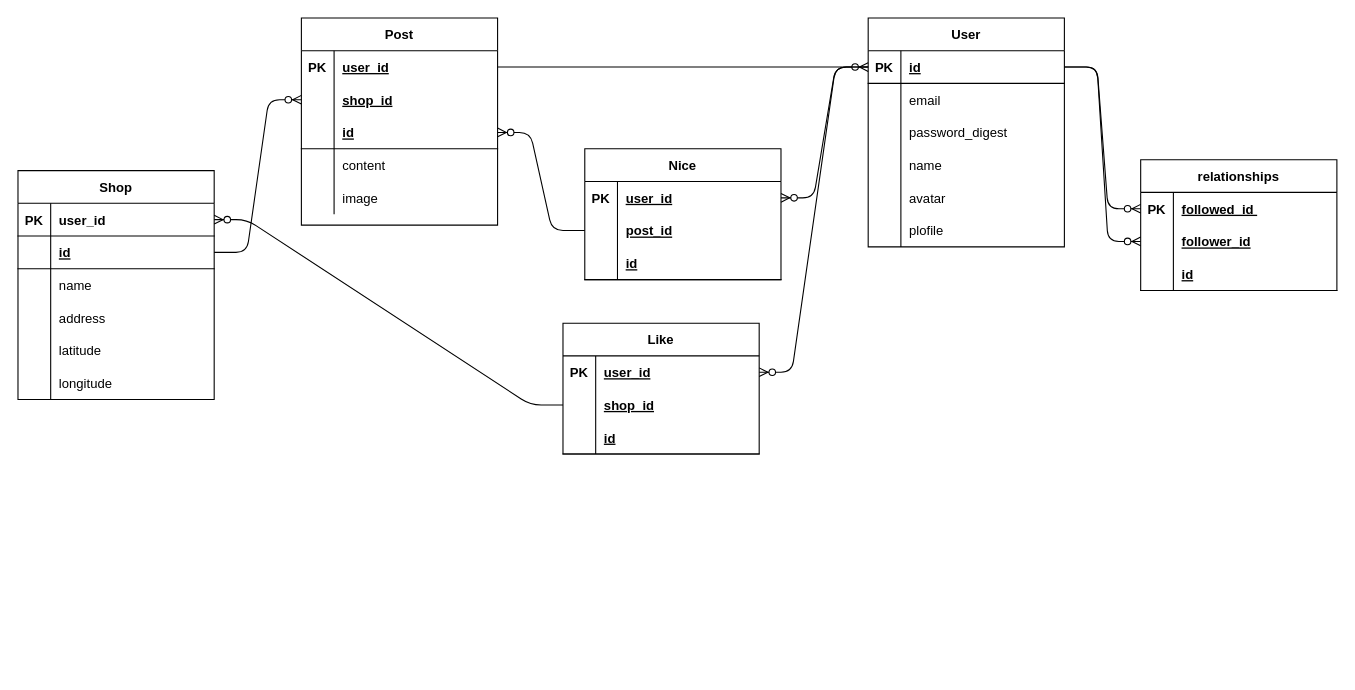
Earlier version of the draw.io diagram ER図.dio (soratanaka/portfolio). Source tidied: cells renumbered, new cells numbered last; positions are measured from the earlier drawing's top-left corner, leaving out a move shared by most shapes. Both pictures are drawn from the tidied source at 109%, with x=0, y=0 at pixel (17, 17).
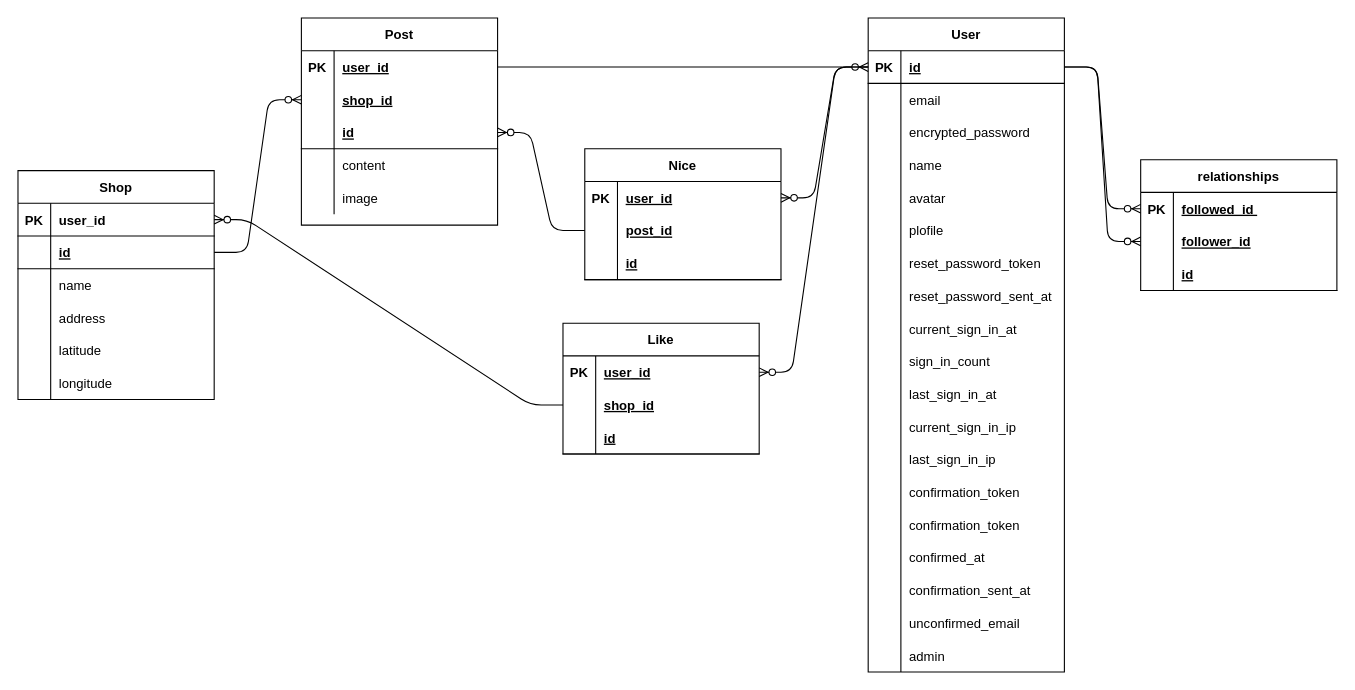
The same page after the edit.

Unchanged cells that the change refers to:
```xml
<mxCell id="9" style="shape=partialRectangle;fillColor=none;top=0;left=0;bottom=0;right=0;" parent="2" vertex="1">
  <mxGeometry y="90" width="180" height="30" as="geometry" />
</mxCell>
```

Diff of the diagram source:
```diff
@@
     <mxCell id="2" value="User" style="shape=table;startSize=30;childLayout=tableLayout;rowLines=0;fontStyle=1;align=center;" parent="1" vertex="1">
-      <mxGeometry x="780" width="180" height="210" as="geometry" />
+      <mxGeometry x="780" width="180" height="600" as="geometry" />
     </mxCell>
@@
-    <mxCell id="11" value="password_digest" style="shape=partialRectangle;fillColor=none;top=0;left=0;bottom=0;right=0;align=left;spacingLeft=6;overflow=hidden;" parent="9" vertex="1">
+    <mxCell id="11" value="encrypted_password" style="shape=partialRectangle;fillColor=none;top=0;left=0;bottom=0;right=0;align=left;spacingLeft=6;overflow=hidden;" parent="9" vertex="1">
       <mxGeometry x="30" width="150" height="30" as="geometry" />
     </mxCell>
@@
+    <mxCell id="97" style="shape=partialRectangle;fillColor=none;top=0;left=0;bottom=0;right=0;" parent="2" vertex="1">
+      <mxGeometry y="210" width="180" height="30" as="geometry" />
+    </mxCell>
+    <mxCell id="98" style="shape=partialRectangle;fillColor=none;top=0;left=0;bottom=0;right=0;overflow=hidden;" parent="97" vertex="1">
+      <mxGeometry width="30" height="30" as="geometry" />
+    </mxCell>
+    <mxCell id="99" value="reset_password_token" style="shape=partialRectangle;fillColor=none;top=0;left=0;bottom=0;right=0;align=left;spacingLeft=6;overflow=hidden;" parent="97" vertex="1">
+      <mxGeometry x="30" width="150" height="30" as="geometry" />
+    </mxCell>
+    <mxCell id="100" style="shape=partialRectangle;fillColor=none;top=0;left=0;bottom=0;right=0;" parent="2" vertex="1">
+      <mxGeometry y="240" width="180" height="30" as="geometry" />
+    </mxCell>
+    <mxCell id="101" style="shape=partialRectangle;fillColor=none;top=0;left=0;bottom=0;right=0;overflow=hidden;" parent="100" vertex="1">
+      <mxGeometry width="30" height="30" as="geometry" />
+    </mxCell>
+    <mxCell id="102" value="reset_password_sent_at" style="shape=partialRectangle;fillColor=none;top=0;left=0;bottom=0;right=0;align=left;spacingLeft=6;overflow=hidden;" parent="100" vertex="1">
+      <mxGeometry x="30" width="150" height="30" as="geometry" />
+    </mxCell>
+    <mxCell id="103" style="shape=partialRectangle;fillColor=none;top=0;left=0;bottom=0;right=0;" parent="2" vertex="1">
+      <mxGeometry y="270" width="180" height="30" as="geometry" />
+    </mxCell>
+    <mxCell id="104" style="shape=partialRectangle;fillColor=none;top=0;left=0;bottom=0;right=0;overflow=hidden;" parent="103" vertex="1">
+      <mxGeometry width="30" height="30" as="geometry" />
+    </mxCell>
+    <mxCell id="105" value="current_sign_in_at" style="shape=partialRectangle;fillColor=none;top=0;left=0;bottom=0;right=0;align=left;spacingLeft=6;overflow=hidden;" parent="103" vertex="1">
+      <mxGeometry x="30" width="150" height="30" as="geometry" />
+    </mxCell>
+    <mxCell id="106" style="shape=partialRectangle;fillColor=none;top=0;left=0;bottom=0;right=0;" parent="2" vertex="1">
+      <mxGeometry y="300" width="180" height="30" as="geometry" />
+    </mxCell>
+    <mxCell id="107" style="shape=partialRectangle;fillColor=none;top=0;left=0;bottom=0;right=0;overflow=hidden;" parent="106" vertex="1">
+      <mxGeometry width="30" height="30" as="geometry" />
+    </mxCell>
+    <mxCell id="108" value="sign_in_count" style="shape=partialRectangle;fillColor=none;top=0;left=0;bottom=0;right=0;align=left;spacingLeft=6;overflow=hidden;" parent="106" vertex="1">
+      <mxGeometry x="30" width="150" height="30" as="geometry" />
+    </mxCell>
+    <mxCell id="109" style="shape=partialRectangle;fillColor=none;top=0;left=0;bottom=0;right=0;" parent="2" vertex="1">
+      <mxGeometry y="330" width="180" height="30" as="geometry" />
+    </mxCell>
+    <mxCell id="110" style="shape=partialRectangle;fillColor=none;top=0;left=0;bottom=0;right=0;overflow=hidden;" parent="109" vertex="1">
+      <mxGeometry width="30" height="30" as="geometry" />
+    </mxCell>
+    <mxCell id="111" value="last_sign_in_at" style="shape=partialRectangle;fillColor=none;top=0;left=0;bottom=0;right=0;align=left;spacingLeft=6;overflow=hidden;" parent="109" vertex="1">
+      <mxGeometry x="30" width="150" height="30" as="geometry" />
+    </mxCell>
+    <mxCell id="112" style="shape=partialRectangle;fillColor=none;top=0;left=0;bottom=0;right=0;" parent="2" vertex="1">
+      <mxGeometry y="360" width="180" height="30" as="geometry" />
+    </mxCell>
+    <mxCell id="113" style="shape=partialRectangle;fillColor=none;top=0;left=0;bottom=0;right=0;overflow=hidden;" parent="112" vertex="1">
+      <mxGeometry width="30" height="30" as="geometry" />
+    </mxCell>
+    <mxCell id="114" value="current_sign_in_ip" style="shape=partialRectangle;fillColor=none;top=0;left=0;bottom=0;right=0;align=left;spacingLeft=6;overflow=hidden;" parent="112" vertex="1">
+      <mxGeometry x="30" width="150" height="30" as="geometry" />
+    </mxCell>
+    <mxCell id="115" style="shape=partialRectangle;fillColor=none;top=0;left=0;bottom=0;right=0;" parent="2" vertex="1">
+      <mxGeometry y="390" width="180" height="30" as="geometry" />
+    </mxCell>
+    <mxCell id="116" style="shape=partialRectangle;fillColor=none;top=0;left=0;bottom=0;right=0;overflow=hidden;" parent="115" vertex="1">
+      <mxGeometry width="30" height="30" as="geometry" />
+    </mxCell>
+    <mxCell id="117" value="last_sign_in_ip" style="shape=partialRectangle;fillColor=none;top=0;left=0;bottom=0;right=0;align=left;spacingLeft=6;overflow=hidden;" parent="115" vertex="1">
+      <mxGeometry x="30" width="150" height="30" as="geometry" />
+    </mxCell>
+    <mxCell id="118" style="shape=partialRectangle;fillColor=none;top=0;left=0;bottom=0;right=0;" parent="2" vertex="1">
+      <mxGeometry y="420" width="180" height="30" as="geometry" />
+    </mxCell>
+    <mxCell id="119" style="shape=partialRectangle;fillColor=none;top=0;left=0;bottom=0;right=0;overflow=hidden;" parent="118" vertex="1">
+      <mxGeometry width="30" height="30" as="geometry" />
+    </mxCell>
+    <mxCell id="120" value="confirmation_token" style="shape=partialRectangle;fillColor=none;top=0;left=0;bottom=0;right=0;align=left;spacingLeft=6;overflow=hidden;" parent="118" vertex="1">
+      <mxGeometry x="30" width="150" height="30" as="geometry" />
+    </mxCell>
+    <mxCell id="121" style="shape=partialRectangle;fillColor=none;top=0;left=0;bottom=0;right=0;" parent="2" vertex="1">
+      <mxGeometry y="450" width="180" height="30" as="geometry" />
+    </mxCell>
+    <mxCell id="122" style="shape=partialRectangle;fillColor=none;top=0;left=0;bottom=0;right=0;overflow=hidden;" parent="121" vertex="1">
+      <mxGeometry width="30" height="30" as="geometry" />
+    </mxCell>
+    <mxCell id="123" value="confirmation_token" style="shape=partialRectangle;fillColor=none;top=0;left=0;bottom=0;right=0;align=left;spacingLeft=6;overflow=hidden;" parent="121" vertex="1">
+      <mxGeometry x="30" width="150" height="30" as="geometry" />
+    </mxCell>
+    <mxCell id="124" style="shape=partialRectangle;fillColor=none;top=0;left=0;bottom=0;right=0;" parent="2" vertex="1">
+      <mxGeometry y="480" width="180" height="30" as="geometry" />
+    </mxCell>
+    <mxCell id="125" style="shape=partialRectangle;fillColor=none;top=0;left=0;bottom=0;right=0;overflow=hidden;" parent="124" vertex="1">
+      <mxGeometry width="30" height="30" as="geometry" />
+    </mxCell>
+    <mxCell id="126" value="confirmed_at" style="shape=partialRectangle;fillColor=none;top=0;left=0;bottom=0;right=0;align=left;spacingLeft=6;overflow=hidden;" parent="124" vertex="1">
+      <mxGeometry x="30" width="150" height="30" as="geometry" />
+    </mxCell>
+    <mxCell id="127" style="shape=partialRectangle;fillColor=none;top=0;left=0;bottom=0;right=0;" parent="2" vertex="1">
+      <mxGeometry y="510" width="180" height="30" as="geometry" />
+    </mxCell>
+    <mxCell id="128" style="shape=partialRectangle;fillColor=none;top=0;left=0;bottom=0;right=0;overflow=hidden;" parent="127" vertex="1">
+      <mxGeometry width="30" height="30" as="geometry" />
+    </mxCell>
+    <mxCell id="129" value="confirmation_sent_at" style="shape=partialRectangle;fillColor=none;top=0;left=0;bottom=0;right=0;align=left;spacingLeft=6;overflow=hidden;" parent="127" vertex="1">
+      <mxGeometry x="30" width="150" height="30" as="geometry" />
+    </mxCell>
+    <mxCell id="130" style="shape=partialRectangle;fillColor=none;top=0;left=0;bottom=0;right=0;" parent="2" vertex="1">
+      <mxGeometry y="540" width="180" height="30" as="geometry" />
+    </mxCell>
+    <mxCell id="131" style="shape=partialRectangle;fillColor=none;top=0;left=0;bottom=0;right=0;overflow=hidden;" parent="130" vertex="1">
+      <mxGeometry width="30" height="30" as="geometry" />
+    </mxCell>
+    <mxCell id="132" value="unconfirmed_email" style="shape=partialRectangle;fillColor=none;top=0;left=0;bottom=0;right=0;align=left;spacingLeft=6;overflow=hidden;" parent="130" vertex="1">
+      <mxGeometry x="30" width="150" height="30" as="geometry" />
+    </mxCell>
+    <mxCell id="133" style="shape=partialRectangle;fillColor=none;top=0;left=0;bottom=0;right=0;" parent="2" vertex="1">
+      <mxGeometry y="570" width="180" height="30" as="geometry" />
+    </mxCell>
+    <mxCell id="134" style="shape=partialRectangle;fillColor=none;top=0;left=0;bottom=0;right=0;overflow=hidden;" parent="133" vertex="1">
+      <mxGeometry width="30" height="30" as="geometry" />
+    </mxCell>
+    <mxCell id="135" value="admin" style="shape=partialRectangle;fillColor=none;top=0;left=0;bottom=0;right=0;align=left;spacingLeft=6;overflow=hidden;" parent="133" vertex="1">
+      <mxGeometry x="30" width="150" height="30" as="geometry" />
+    </mxCell>
```
